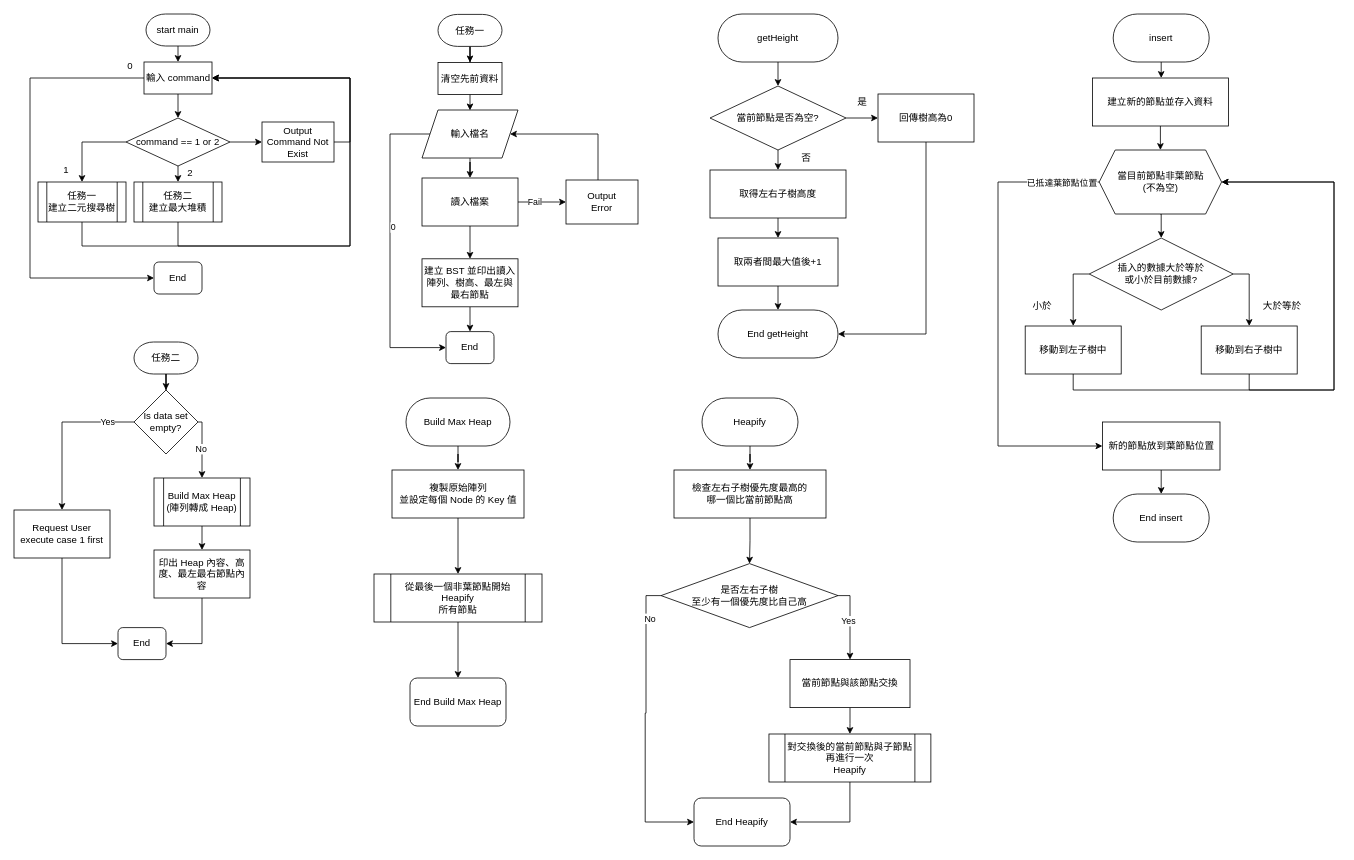
This is DS1ex5_19_11127137_11127152/未命名绘图.drawio from ja-errorpro/CYCS_DS, a draw.io file, before an edit. Source tidied: cells renumbered, new cells numbered last; positions are measured from the earlier drawing's top-left corner, leaving out a move shared by most shapes. Both pictures are drawn from the tidied source at 80%, with x=0, y=0 at pixel (14, 14).
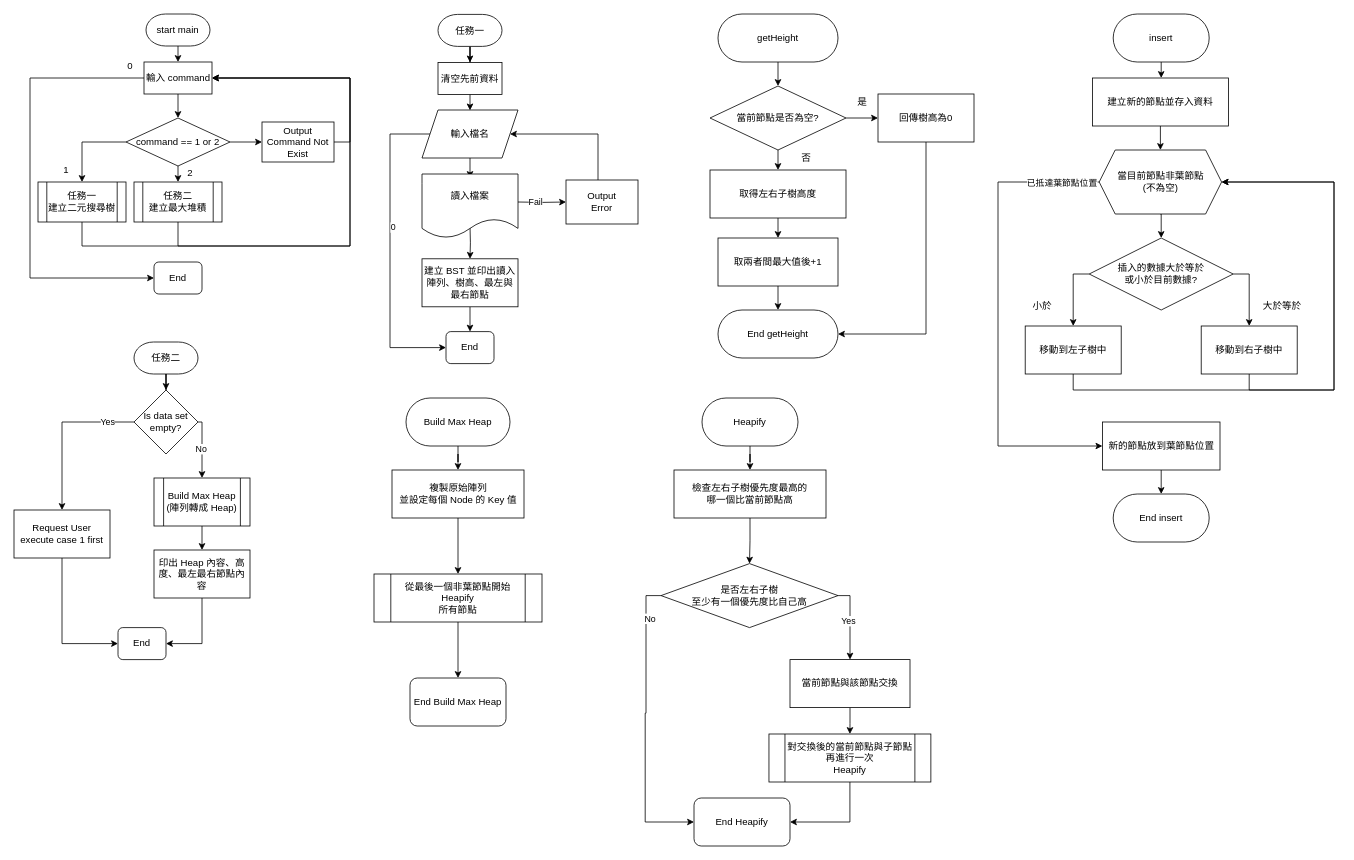
After the change.

Commit message:
Fix the shape of reading file step

The change refers to these unchanged cells:
```xml
<mxCell id="24" value="建立 BST 並印出讀入陣列、樹高、最左與最右節點" style="whiteSpace=wrap;html=1;" parent="1" vertex="1">
  <mxGeometry x="510" y="306" width="120" height="60" as="geometry" />
</mxCell>
<mxCell id="69" value="輸入檔名" style="shape=parallelogram;perimeter=parallelogramPerimeter;whiteSpace=wrap;html=1;fixedSize=1;" parent="1" vertex="1">
  <mxGeometry x="510" y="120" width="120" height="60" as="geometry" />
</mxCell>
<mxCell id="75" value="Output&lt;br&gt;Error" style="rounded=0;whiteSpace=wrap;html=1;" parent="1" vertex="1">
  <mxGeometry x="690" y="207.5" width="90" height="55" as="geometry" />
</mxCell>
```

Change to the diagram source:
```diff
@@
-    <mxCell id="68" style="edgeStyle=orthogonalEdgeStyle;rounded=0;jettySize=auto;html=1;entryX=0.5;entryY=0;entryDx=0;entryDy=0;" parent="1" edge="1" source="69" target="73">
-      <mxGeometry relative="1" as="geometry" />
+    <mxCell id="68" style="edgeStyle=orthogonalEdgeStyle;rounded=0;jettySize=auto;html=1;entryX=0.5;entryY=0;entryDx=0;entryDy=0;" parent="1" edge="1" source="69">
+      <mxGeometry relative="1" as="geometry">
+        <mxPoint x="570" y="205" as="targetPoint" />
+      </mxGeometry>
     </mxCell>
@@
-    <mxCell id="70" style="edgeStyle=orthogonalEdgeStyle;rounded=0;jettySize=auto;html=1;entryX=0.5;entryY=0;entryDx=0;entryDy=0;" parent="1" edge="1" source="73" target="24">
-      <mxGeometry relative="1" as="geometry" />
+    <mxCell id="70" style="edgeStyle=orthogonalEdgeStyle;rounded=0;jettySize=auto;html=1;entryX=0.5;entryY=0;entryDx=0;entryDy=0;" parent="1" edge="1" target="24">
+      <mxGeometry relative="1" as="geometry">
+        <mxPoint x="570" y="265" as="sourcePoint" />
+      </mxGeometry>
     </mxCell>
-    <mxCell id="71" style="edgeStyle=orthogonalEdgeStyle;rounded=0;jettySize=auto;html=1;entryX=0;entryY=0.5;entryDx=0;entryDy=0;" parent="1" edge="1" source="73" target="75">
-      <mxGeometry relative="1" as="geometry" />
+    <mxCell id="71" style="edgeStyle=orthogonalEdgeStyle;rounded=0;jettySize=auto;html=1;entryX=0;entryY=0.5;entryDx=0;entryDy=0;" parent="1" edge="1" target="75">
+      <mxGeometry relative="1" as="geometry">
+        <mxPoint x="630" y="235" as="sourcePoint" />
+      </mxGeometry>
     </mxCell>
@@
-    <mxCell id="73" value="讀入檔案" style="rounded=0;whiteSpace=wrap;html=1;" parent="1" vertex="1">
-      <mxGeometry x="510" y="205" width="120" height="60" as="geometry" />
-    </mxCell>
@@
+    <mxCell id="73" value="讀入檔案" style="shape=document;whiteSpace=wrap;html=1;boundedLbl=1;" parent="1" vertex="1">
+      <mxGeometry x="510" y="200" width="120" height="80" as="geometry" />
+    </mxCell>
```
